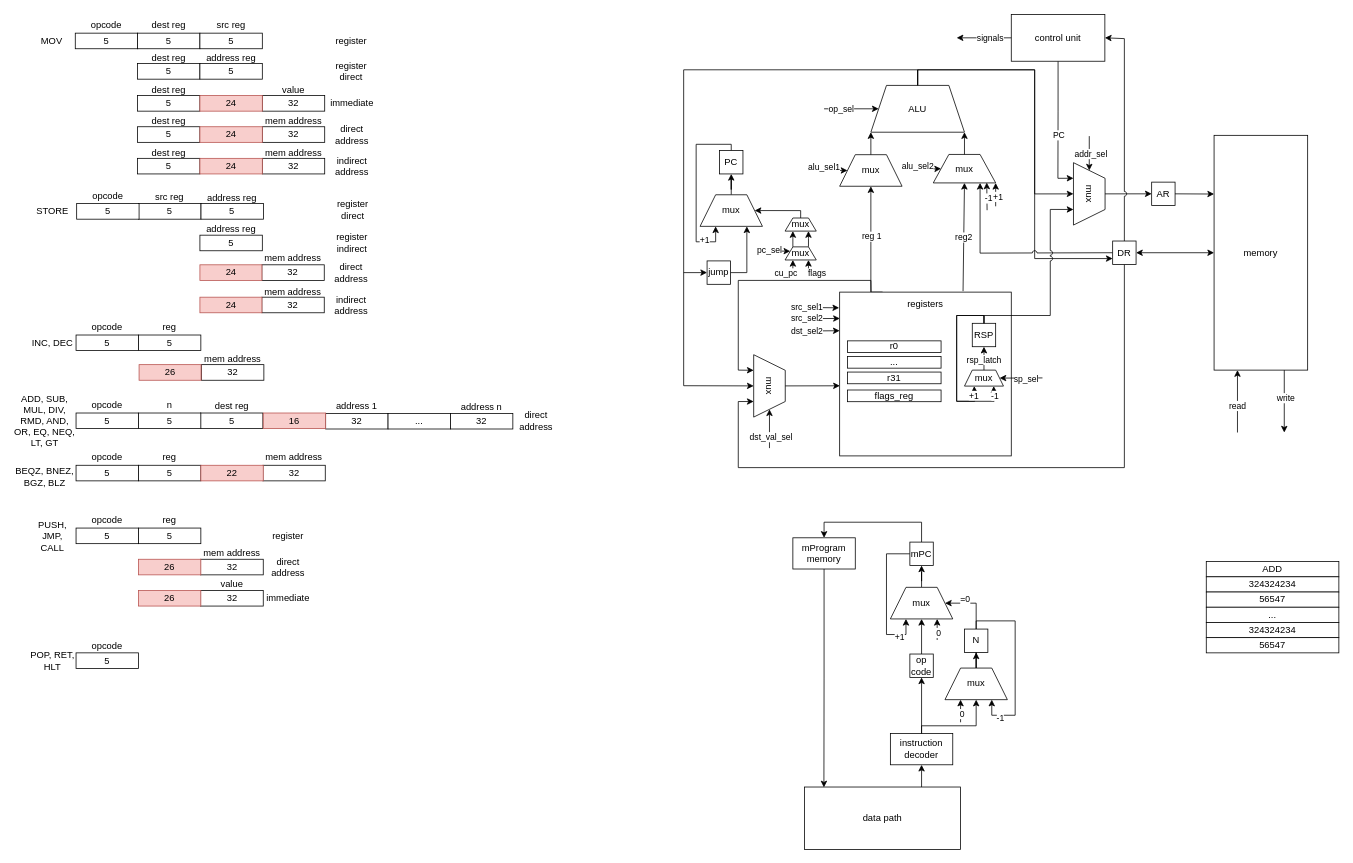
Above: resources/csa_lab4.drawio in vanya9090/csa_lab4 (draw.io), before the change. Source tidied: cells renumbered, new cells numbered last; positions are measured from the earlier drawing's top-left corner, leaving out a move shared by most shapes. Both pictures are drawn from the tidied source at 78%, with x=0, y=0 at pixel (13, 13).
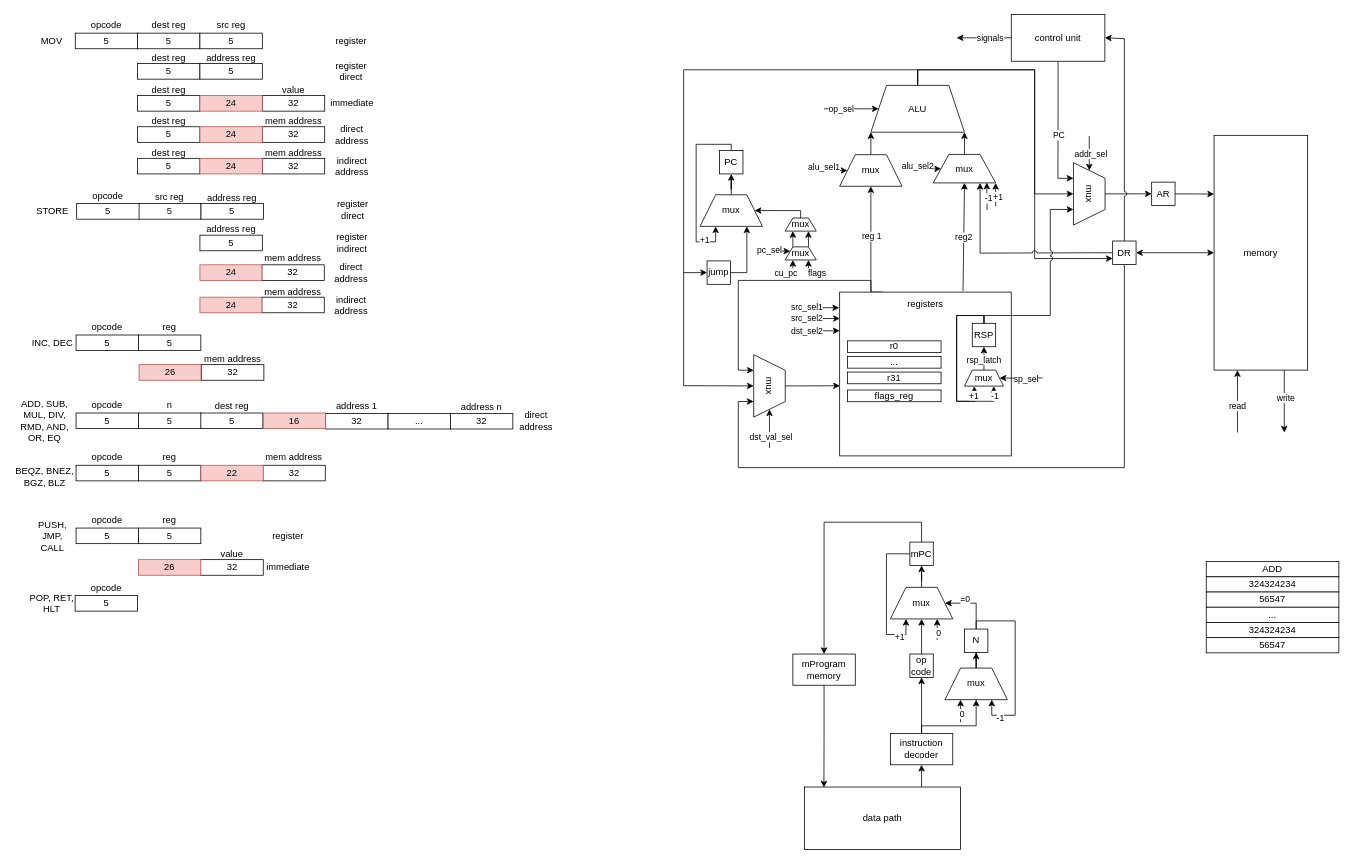
The same page after the edit.

Change to the diagram source:
```diff
@@
-    <mxCell id="23" value="ADD, SUB, MUL, DIV, RMD, AND, OR, EQ, NEQ, LT, GT" style="text;html=1;align=center;verticalAlign=middle;whiteSpace=wrap;rounded=0;" parent="1" vertex="1">
+    <mxCell id="23" value="ADD, SUB, MUL, DIV, RMD, AND, OR, EQ" style="text;html=1;align=center;verticalAlign=middle;whiteSpace=wrap;rounded=0;" parent="1" vertex="1">
       <mxGeometry y="507" width="80" height="30" as="geometry" />
     </mxCell>
@@
     <mxCell id="32" value="5" style="rounded=0;whiteSpace=wrap;html=1;" parent="1" vertex="1">
-      <mxGeometry x="80" y="819.5" width="80" height="20" as="geometry" />
+      <mxGeometry x="78.8" y="746" width="80" height="20" as="geometry" />
     </mxCell>
     <mxCell id="33" value="POP, RET, HLT" style="text;html=1;align=center;verticalAlign=middle;whiteSpace=wrap;rounded=0;" parent="1" vertex="1">
-      <mxGeometry x="20" y="814.5" width="60" height="30" as="geometry" />
+      <mxGeometry x="18.8" y="741" width="60" height="30" as="geometry" />
     </mxCell>
     <mxCell id="34" value="opcode" style="text;html=1;align=center;verticalAlign=middle;whiteSpace=wrap;rounded=0;" parent="1" vertex="1">
-      <mxGeometry x="90" y="795.5" width="60" height="30" as="geometry" />
+      <mxGeometry x="88.8" y="722" width="60" height="30" as="geometry" />
     </mxCell>
@@
-    <mxCell id="42" value="32" style="rounded=0;whiteSpace=wrap;html=1;" parent="1" vertex="1">
-      <mxGeometry x="239.5" y="699.5" width="80.5" height="20" as="geometry" />
-    </mxCell>
-    <mxCell id="43" value="mem address" style="text;html=1;align=center;verticalAlign=middle;whiteSpace=wrap;rounded=0;" parent="1" vertex="1">
-      <mxGeometry x="220" y="677" width="120" height="30" as="geometry" />
-    </mxCell>
     <mxCell id="44" value="32" style="rounded=0;whiteSpace=wrap;html=1;" parent="1" vertex="1">
-      <mxGeometry x="239.5" y="739.5" width="80.5" height="20" as="geometry" />
+      <mxGeometry x="239.5" y="700" width="80.5" height="20" as="geometry" />
     </mxCell>
     <mxCell id="45" value="value" style="text;html=1;align=center;verticalAlign=middle;whiteSpace=wrap;rounded=0;" parent="1" vertex="1">
-      <mxGeometry x="220" y="717" width="120" height="30" as="geometry" />
+      <mxGeometry x="220" y="677.5" width="120" height="30" as="geometry" />
     </mxCell>
@@
-    <mxCell id="119" value="26" style="rounded=0;whiteSpace=wrap;html=1;fillColor=#f8cecc;strokeColor=#b85450;" parent="1" vertex="1">
-      <mxGeometry x="160" y="699.5" width="80" height="20" as="geometry" />
-    </mxCell>
     <mxCell id="120" value="26" style="rounded=0;whiteSpace=wrap;html=1;fillColor=#f8cecc;strokeColor=#b85450;" parent="1" vertex="1">
-      <mxGeometry x="160" y="739.5" width="80" height="20" as="geometry" />
+      <mxGeometry x="160" y="700" width="80" height="20" as="geometry" />
     </mxCell>
@@
     <mxCell id="137" value="mProgram&lt;div&gt;memory&lt;/div&gt;" style="rounded=0;whiteSpace=wrap;html=1;" parent="1" vertex="1">
-      <mxGeometry x="999" y="672" width="80" height="40" as="geometry" />
+      <mxGeometry x="999" y="821" width="80" height="40" as="geometry" />
     </mxCell>
@@
-    <mxCell id="166" value="direct address" style="text;html=1;align=center;verticalAlign=middle;whiteSpace=wrap;rounded=0;" parent="1" vertex="1">
-      <mxGeometry x="321.5" y="694.5" width="60" height="30" as="geometry" />
-    </mxCell>
     <mxCell id="167" value="immediate" style="text;html=1;align=center;verticalAlign=middle;whiteSpace=wrap;rounded=0;" parent="1" vertex="1">
-      <mxGeometry x="321.5" y="734.5" width="60" height="30" as="geometry" />
+      <mxGeometry x="321.5" y="695" width="60" height="30" as="geometry" />
     </mxCell>
```
